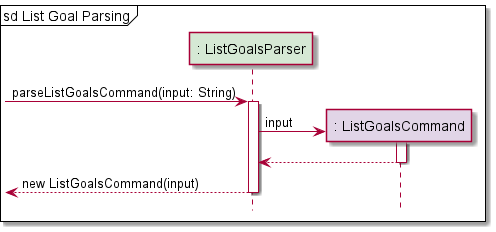
nus-cs2113-AY2122S1/tp keeps this PlantUML diagram as docs/Diagram_Images/Implementation_Diagram_Images/ListGoalsCommandParserSequenceDiagram.png. Above is the earlier version.
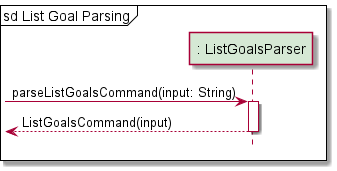
After the commit.

Diff of the diagram source:
```diff
@@ -3,21 +3,12 @@
 !include Style.puml
 
 participant ": ListGoalsParser" as ListGoalsParser PARSER_COLOUR
-participant ": ListGoalsCommand" as ListGoalsCommand COMMAND_COLOUR
 
 mainframe sd List Goal Parsing
 
 -> ListGoalsParser: parseListGoalsCommand(input: String)
 activate ListGoalsParser
-create ListGoalsCommand
-ListGoalsParser -> ListGoalsCommand: input
-activate ListGoalsCommand
 
-return
-
-return new ListGoalsCommand(input)
-
-
-
+return ListGoalsCommand(input)
 
 @enduml
```
